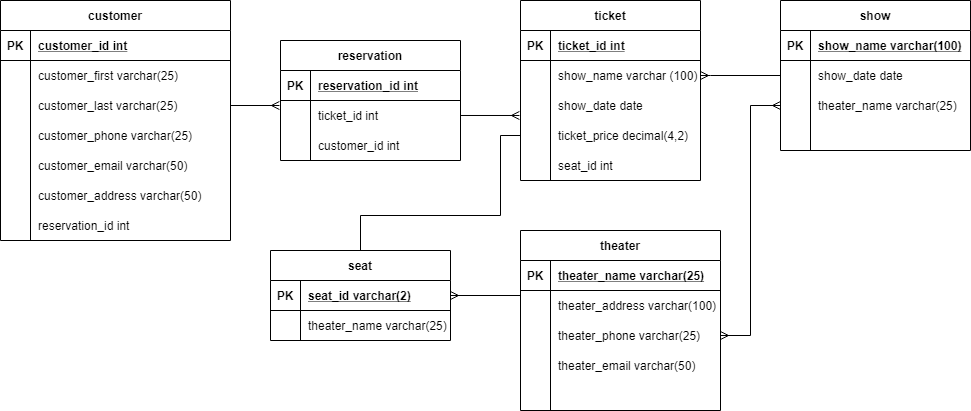
cdoty7/tiny-theaters keeps this draw.io diagram as tinytheatersdiagram.png. Above is the earlier version. Source tidied: cells renumbered, new cells last; positions are measured from the earlier drawing's top-left corner, leaving out a move shared by most shapes.
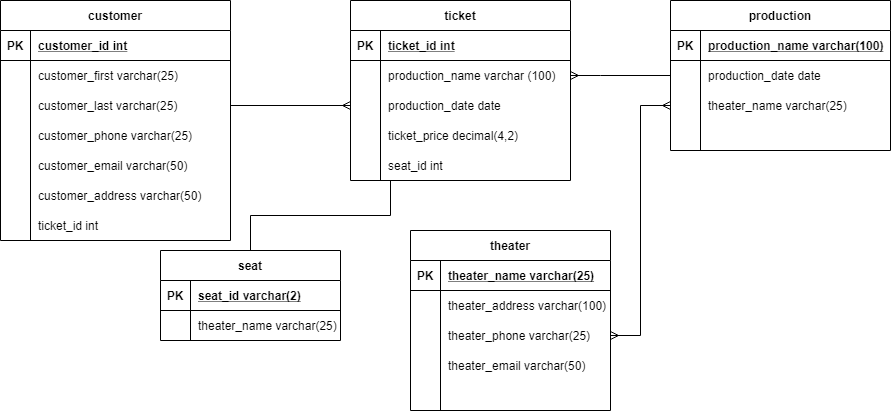
The same file after the commit.

The edit, as a diff of the source:
```diff
@@ -3,7 +3,7 @@
     <mxCell id="0" />
     <mxCell id="1" parent="0" />
     <mxCell id="2" value="customer" style="shape=table;startSize=30;rowLines=0;fontStyle=1;align=center;" parent="1" vertex="1">
-      <mxGeometry width="230" height="240" as="geometry" />
+      <mxGeometry x="110" width="230" height="240" as="geometry" />
     </mxCell>
     <mxCell id="3" style="shape=partialRectangle;fillColor=none;top=0;left=0;bottom=1;right=0;" parent="2" vertex="1">
       <mxGeometry y="30" width="230" height="30" as="geometry" />
@@ -42,10 +42,10 @@
       <mxGeometry x="30" width="200" height="30" as="geometry" />
     </mxCell>
     <mxCell id="15" value="customer_address varchar(50)" style="shape=partialRectangle;fillColor=none;top=0;left=0;bottom=0;right=0;align=left;spacingLeft=6;overflow=hidden;" parent="1" vertex="1">
-      <mxGeometry x="30" y="180" width="200" height="30" as="geometry" />
+      <mxGeometry x="140" y="180" width="200" height="30" as="geometry" />
     </mxCell>
-    <mxCell id="16" value="reservation_id int" style="shape=partialRectangle;fillColor=none;top=0;left=0;bottom=0;right=0;align=left;spacingLeft=6;overflow=hidden;" parent="1" vertex="1">
-      <mxGeometry x="30" y="210" width="150" height="30" as="geometry" />
+    <mxCell id="16" value="ticket_id int" style="shape=partialRectangle;fillColor=none;top=0;left=0;bottom=0;right=0;align=left;spacingLeft=6;overflow=hidden;" parent="1" vertex="1">
+      <mxGeometry x="140" y="210" width="150" height="30" as="geometry" />
     </mxCell>
     <mxCell id="17" value="theater" style="shape=table;startSize=30;rowLines=0;fontStyle=1;align=center;" parent="1" vertex="1">
       <mxGeometry x="520" y="230" width="200" height="180" as="geometry" />
@@ -87,94 +87,94 @@
       <mxGeometry x="30" width="170" height="30" as="geometry" />
     </mxCell>
     <mxCell id="30" value="seat_id int" style="shape=partialRectangle;fillColor=none;top=0;left=0;bottom=0;right=0;align=left;spacingLeft=6;overflow=hidden;" parent="1" vertex="1">
-      <mxGeometry x="550" y="150" width="150" height="30" as="geometry" />
+      <mxGeometry x="490" y="150" width="150" height="30" as="geometry" />
     </mxCell>
     <mxCell id="31" value="customer_email varchar(50)" style="shape=partialRectangle;fillColor=none;top=0;left=0;bottom=0;right=0;align=left;spacingLeft=6;overflow=hidden;" parent="1" vertex="1">
-      <mxGeometry x="30" y="150" width="200" height="30" as="geometry" />
+      <mxGeometry x="140" y="150" width="200" height="30" as="geometry" />
     </mxCell>
-    <mxCell id="32" value="show" style="shape=table;startSize=30;rowLines=0;fontStyle=1;align=center;" parent="1" vertex="1">
-      <mxGeometry x="780" width="190" height="150" as="geometry" />
+    <mxCell id="32" value="production" style="shape=table;startSize=30;rowLines=0;fontStyle=1;align=center;" parent="1" vertex="1">
+      <mxGeometry x="780" width="220" height="150" as="geometry" />
     </mxCell>
     <mxCell id="33" style="shape=partialRectangle;fillColor=none;top=0;left=0;bottom=1;right=0;" parent="32" vertex="1">
-      <mxGeometry y="30" width="190" height="30" as="geometry" />
+      <mxGeometry y="30" width="220" height="30" as="geometry" />
     </mxCell>
     <mxCell id="34" value="PK" style="shape=partialRectangle;fillColor=none;top=0;left=0;bottom=0;right=0;fontStyle=1;overflow=hidden;" parent="33" vertex="1">
       <mxGeometry width="30" height="30" as="geometry" />
     </mxCell>
-    <mxCell id="35" value="show_name varchar(100)" style="shape=partialRectangle;fillColor=none;top=0;left=0;bottom=0;right=0;align=left;spacingLeft=6;fontStyle=5;overflow=hidden;" parent="33" vertex="1">
-      <mxGeometry x="30" width="160" height="30" as="geometry" />
+    <mxCell id="35" value="production_name varchar(100)" style="shape=partialRectangle;fillColor=none;top=0;left=0;bottom=0;right=0;align=left;spacingLeft=6;fontStyle=5;overflow=hidden;" parent="33" vertex="1">
+      <mxGeometry x="30" width="190" height="30" as="geometry" />
     </mxCell>
     <mxCell id="36" style="shape=partialRectangle;fillColor=none;top=0;left=0;bottom=0;right=0;points=[[0,0.5],[1,0.5]];portConstraint=eastwest;" parent="32" vertex="1">
-      <mxGeometry y="60" width="190" height="30" as="geometry" />
+      <mxGeometry y="60" width="220" height="30" as="geometry" />
     </mxCell>
     <mxCell id="37" style="shape=partialRectangle;fillColor=none;top=0;left=0;bottom=0;right=0;overflow=hidden;" parent="36" vertex="1">
       <mxGeometry width="30" height="30" as="geometry" />
     </mxCell>
-    <mxCell id="38" value="show_date date" style="shape=partialRectangle;fillColor=none;top=0;left=0;bottom=0;right=0;align=left;spacingLeft=6;overflow=hidden;" parent="36" vertex="1">
-      <mxGeometry x="30" width="160" height="30" as="geometry" />
+    <mxCell id="38" value="production_date date" style="shape=partialRectangle;fillColor=none;top=0;left=0;bottom=0;right=0;align=left;spacingLeft=6;overflow=hidden;" parent="36" vertex="1">
+      <mxGeometry x="30" width="190" height="30" as="geometry" />
     </mxCell>
     <mxCell id="39" style="shape=partialRectangle;fillColor=none;top=0;left=0;bottom=0;right=0;points=[[0,0.5],[1,0.5]];portConstraint=eastwest;" parent="32" vertex="1">
-      <mxGeometry y="90" width="190" height="30" as="geometry" />
+      <mxGeometry y="90" width="220" height="30" as="geometry" />
     </mxCell>
     <mxCell id="40" style="shape=partialRectangle;fillColor=none;top=0;left=0;bottom=0;right=0;overflow=hidden;" parent="39" vertex="1">
       <mxGeometry width="30" height="30" as="geometry" />
     </mxCell>
     <mxCell id="41" value="theater_name varchar(25)" style="shape=partialRectangle;fillColor=none;top=0;left=0;bottom=0;right=0;align=left;spacingLeft=6;overflow=hidden;" parent="39" vertex="1">
-      <mxGeometry x="30" width="160" height="30" as="geometry" />
+      <mxGeometry x="30" width="190" height="30" as="geometry" />
     </mxCell>
     <mxCell id="42" style="shape=partialRectangle;fillColor=none;top=0;left=0;bottom=0;right=0;" parent="32" vertex="1">
-      <mxGeometry y="120" width="190" height="30" as="geometry" />
+      <mxGeometry y="120" width="220" height="30" as="geometry" />
     </mxCell>
     <mxCell id="43" style="shape=partialRectangle;fillColor=none;top=0;left=0;bottom=0;right=0;overflow=hidden;" parent="42" vertex="1">
       <mxGeometry width="30" height="30" as="geometry" />
     </mxCell>
     <mxCell id="44" style="shape=partialRectangle;fillColor=none;top=0;left=0;bottom=0;right=0;align=left;spacingLeft=6;overflow=hidden;" parent="42" vertex="1">
-      <mxGeometry x="30" width="160" height="30" as="geometry" />
+      <mxGeometry x="30" width="190" height="30" as="geometry" />
     </mxCell>
     <mxCell id="45" style="edgeStyle=orthogonalEdgeStyle;rounded=0;jettySize=auto;html=1;exitX=1;exitY=0.5;exitDx=0;exitDy=0;entryX=0;entryY=0.5;entryDx=0;entryDy=0;startArrow=ERmany;startFill=0;endArrow=ERmany;endFill=0;" parent="1" edge="1" source="24" target="39">
       <mxGeometry relative="1" as="geometry" />
     </mxCell>
     <mxCell id="46" value="ticket" style="shape=table;startSize=30;rowLines=0;fontStyle=1;align=center;" parent="1" vertex="1">
-      <mxGeometry x="520" width="180" height="180" as="geometry" />
+      <mxGeometry x="460" width="220" height="180" as="geometry" />
     </mxCell>
     <mxCell id="47" style="shape=partialRectangle;fillColor=none;top=0;left=0;bottom=1;right=0;" parent="46" vertex="1">
-      <mxGeometry y="30" width="180" height="30" as="geometry" />
+      <mxGeometry y="30" width="220" height="30" as="geometry" />
     </mxCell>
     <mxCell id="48" value="PK" style="shape=partialRectangle;fillColor=none;top=0;left=0;bottom=0;right=0;fontStyle=1;overflow=hidden;" parent="47" vertex="1">
       <mxGeometry width="30" height="30" as="geometry" />
     </mxCell>
     <mxCell id="49" value="ticket_id int" style="shape=partialRectangle;fillColor=none;top=0;left=0;bottom=0;right=0;align=left;spacingLeft=6;fontStyle=5;overflow=hidden;" parent="47" vertex="1">
-      <mxGeometry x="30" width="150" height="30" as="geometry" />
+      <mxGeometry x="30" width="190" height="30" as="geometry" />
     </mxCell>
     <mxCell id="50" style="shape=partialRectangle;fillColor=none;top=0;left=0;bottom=0;right=0;points=[[0,0.5],[1,0.5]];portConstraint=eastwest;" parent="46" vertex="1">
-      <mxGeometry y="60" width="180" height="30" as="geometry" />
+      <mxGeometry y="60" width="220" height="30" as="geometry" />
     </mxCell>
     <mxCell id="51" style="shape=partialRectangle;fillColor=none;top=0;left=0;bottom=0;right=0;overflow=hidden;" parent="50" vertex="1">
       <mxGeometry width="30" height="30" as="geometry" />
     </mxCell>
-    <mxCell id="52" value="show_name varchar (100)" style="shape=partialRectangle;fillColor=none;top=0;left=0;bottom=0;right=0;align=left;spacingLeft=6;overflow=hidden;" parent="50" vertex="1">
-      <mxGeometry x="30" width="150" height="30" as="geometry" />
+    <mxCell id="52" value="production_name varchar (100)" style="shape=partialRectangle;fillColor=none;top=0;left=0;bottom=0;right=0;align=left;spacingLeft=6;overflow=hidden;" parent="50" vertex="1">
+      <mxGeometry x="30" width="190" height="30" as="geometry" />
     </mxCell>
     <mxCell id="53" style="shape=partialRectangle;fillColor=none;top=0;left=0;bottom=0;right=0;points=[[0,0.5],[1,0.5]];portConstraint=eastwest;" parent="46" vertex="1">
-      <mxGeometry y="90" width="180" height="30" as="geometry" />
+      <mxGeometry y="90" width="220" height="30" as="geometry" />
     </mxCell>
     <mxCell id="54" style="shape=partialRectangle;fillColor=none;top=0;left=0;bottom=0;right=0;overflow=hidden;" parent="53" vertex="1">
       <mxGeometry width="30" height="30" as="geometry" />
     </mxCell>
-    <mxCell id="55" value="show_date date" style="shape=partialRectangle;fillColor=none;top=0;left=0;bottom=0;right=0;align=left;spacingLeft=6;overflow=hidden;" parent="53" vertex="1">
-      <mxGeometry x="30" width="150" height="30" as="geometry" />
+    <mxCell id="55" value="production_date date" style="shape=partialRectangle;fillColor=none;top=0;left=0;bottom=0;right=0;align=left;spacingLeft=6;overflow=hidden;" parent="53" vertex="1">
+      <mxGeometry x="30" width="190" height="30" as="geometry" />
     </mxCell>
     <mxCell id="56" style="shape=partialRectangle;fillColor=none;top=0;left=0;bottom=0;right=0;points=[[0,0.5],[1,0.5]];portConstraint=eastwest;" parent="46" vertex="1">
-      <mxGeometry y="120" width="180" height="30" as="geometry" />
+      <mxGeometry y="120" width="220" height="30" as="geometry" />
     </mxCell>
     <mxCell id="57" style="shape=partialRectangle;fillColor=none;top=0;left=0;bottom=0;right=0;overflow=hidden;" parent="56" vertex="1">
       <mxGeometry width="30" height="30" as="geometry" />
     </mxCell>
     <mxCell id="58" style="shape=partialRectangle;fillColor=none;top=0;left=0;bottom=0;right=0;align=left;spacingLeft=6;overflow=hidden;" parent="56" vertex="1">
-      <mxGeometry x="30" width="150" height="30" as="geometry" />
+      <mxGeometry x="30" width="190" height="30" as="geometry" />
     </mxCell>
     <mxCell id="59" value="ticket_price decimal(4,2)" style="shape=partialRectangle;fillColor=none;top=0;left=0;bottom=0;right=0;align=left;spacingLeft=6;overflow=hidden;" parent="1" vertex="1">
-      <mxGeometry x="550" y="120" width="150" height="30" as="geometry" />
+      <mxGeometry x="490" y="120" width="150" height="30" as="geometry" />
     </mxCell>
     <mxCell id="60" style="edgeStyle=orthogonalEdgeStyle;rounded=0;jettySize=auto;html=1;startArrow=ERmany;startFill=0;endArrow=none;endFill=0;" parent="1" edge="1" source="50" target="36">
       <mxGeometry relative="1" as="geometry">
@@ -184,12 +184,12 @@
         </Array>
       </mxGeometry>
     </mxCell>
-    <mxCell id="61" style="edgeStyle=orthogonalEdgeStyle;rounded=0;jettySize=auto;html=1;startArrow=none;startFill=0;endArrow=none;endFill=0;" parent="1" edge="1" source="62" target="56">
+    <mxCell id="61" style="edgeStyle=orthogonalEdgeStyle;rounded=0;jettySize=auto;html=1;startArrow=none;startFill=0;endArrow=none;endFill=0;" parent="1" edge="1" source="62">
       <mxGeometry relative="1" as="geometry">
+        <mxPoint x="500" y="180" as="targetPoint" />
         <Array as="points">
           <mxPoint x="360" y="215" />
           <mxPoint x="500" y="215" />
-          <mxPoint x="500" y="135" />
         </Array>
       </mxGeometry>
     </mxCell>
@@ -214,44 +214,10 @@
     <mxCell id="68" value="theater_name varchar(25)" style="shape=partialRectangle;fillColor=none;top=0;left=0;bottom=0;right=0;align=left;spacingLeft=6;overflow=hidden;" parent="66" vertex="1">
       <mxGeometry x="30" width="150" height="30" as="geometry" />
     </mxCell>
-    <mxCell id="69" style="edgeStyle=orthogonalEdgeStyle;rounded=0;jettySize=auto;html=1;entryX=0;entryY=0.167;entryDx=0;entryDy=0;entryPerimeter=0;startArrow=ERmany;startFill=0;endArrow=none;endFill=0;" parent="1" edge="1" source="63" target="21">
-      <mxGeometry relative="1" as="geometry" />
-    </mxCell>
-    <mxCell id="70" value="reservation" style="shape=table;startSize=30;rowLines=0;fontStyle=1;align=center;" parent="1" vertex="1">
-      <mxGeometry x="280" y="40" width="180" height="120" as="geometry" />
-    </mxCell>
-    <mxCell id="71" style="shape=partialRectangle;fillColor=none;top=0;left=0;bottom=1;right=0;" parent="70" vertex="1">
-      <mxGeometry y="30" width="180" height="30" as="geometry" />
-    </mxCell>
-    <mxCell id="72" value="PK" style="shape=partialRectangle;fillColor=none;top=0;left=0;bottom=0;right=0;fontStyle=1;overflow=hidden;" parent="71" vertex="1">
-      <mxGeometry width="30" height="30" as="geometry" />
-    </mxCell>
-    <mxCell id="73" value="reservation_id int" style="shape=partialRectangle;fillColor=none;top=0;left=0;bottom=0;right=0;align=left;spacingLeft=6;fontStyle=5;overflow=hidden;" parent="71" vertex="1">
-      <mxGeometry x="30" width="150" height="30" as="geometry" />
-    </mxCell>
-    <mxCell id="74" style="shape=partialRectangle;fillColor=none;top=0;left=0;bottom=0;right=0;points=[[0,0.5],[1,0.5]];portConstraint=eastwest;" parent="70" vertex="1">
-      <mxGeometry y="60" width="180" height="30" as="geometry" />
-    </mxCell>
-    <mxCell id="75" style="shape=partialRectangle;fillColor=none;top=0;left=0;bottom=0;right=0;overflow=hidden;" parent="74" vertex="1">
-      <mxGeometry width="30" height="30" as="geometry" />
-    </mxCell>
-    <mxCell id="76" value="ticket_id int" style="shape=partialRectangle;fillColor=none;top=0;left=0;bottom=0;right=0;align=left;spacingLeft=6;overflow=hidden;" parent="74" vertex="1">
-      <mxGeometry x="30" width="150" height="30" as="geometry" />
-    </mxCell>
-    <mxCell id="77" style="shape=partialRectangle;fillColor=none;top=0;left=0;bottom=0;right=0;" parent="70" vertex="1">
-      <mxGeometry y="90" width="180" height="30" as="geometry" />
-    </mxCell>
-    <mxCell id="78" style="shape=partialRectangle;fillColor=none;top=0;left=0;bottom=0;right=0;overflow=hidden;" parent="77" vertex="1">
-      <mxGeometry width="30" height="30" as="geometry" />
-    </mxCell>
-    <mxCell id="79" value="customer_id int" style="shape=partialRectangle;fillColor=none;top=0;left=0;bottom=0;right=0;align=left;spacingLeft=6;overflow=hidden;" parent="77" vertex="1">
-      <mxGeometry x="30" width="150" height="30" as="geometry" />
-    </mxCell>
-    <mxCell id="80" style="edgeStyle=orthogonalEdgeStyle;rounded=0;jettySize=auto;html=1;entryX=-0.006;entryY=0.167;entryDx=0;entryDy=0;entryPerimeter=0;startArrow=none;startFill=0;endArrow=ERmany;endFill=0;" parent="1" edge="1" source="9" target="74">
-      <mxGeometry relative="1" as="geometry" />
+    <mxCell id="80" style="edgeStyle=orthogonalEdgeStyle;rounded=0;jettySize=auto;html=1;startArrow=none;startFill=0;endArrow=ERmany;endFill=0;" parent="1" edge="1" source="9">
+      <mxGeometry relative="1" as="geometry">
+        <mxPoint x="460" y="105" as="targetPoint" />
+      </mxGeometry>
     </mxCell>
-    <mxCell id="81" style="edgeStyle=orthogonalEdgeStyle;rounded=0;jettySize=auto;html=1;entryX=-0.006;entryY=0.833;entryDx=0;entryDy=0;entryPerimeter=0;startArrow=none;startFill=0;endArrow=ERmany;endFill=0;" parent="1" edge="1" source="74" target="53">
-      <mxGeometry relative="1" as="geometry" />
-    </mxCell>
   </root>
 </mxGraphModel>
```
